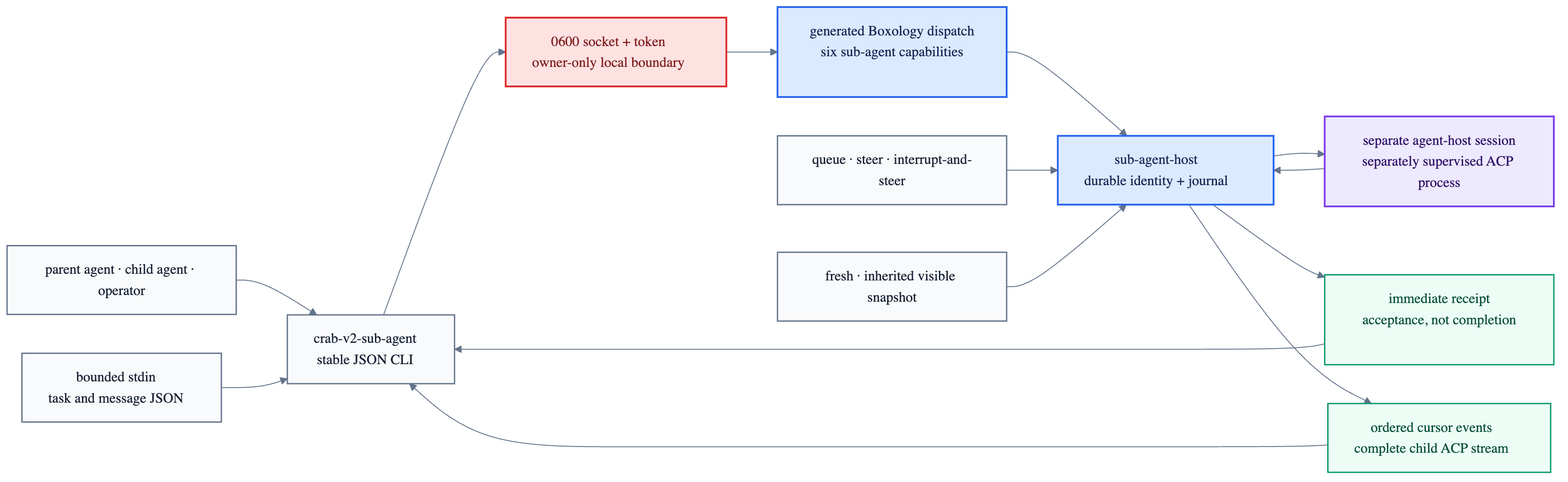
This is v2/docs/sub-agent-control-flow.png from fontanierh/crab, a Mermaid export, as it was before one commit. Its source is kept beside it as v2/docs/sub-agent-control-flow.mmd.
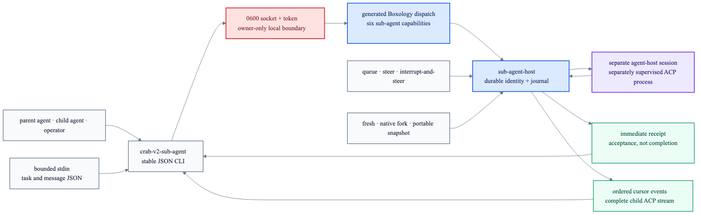
After the commit.

The edit, as a diff of the source:
```diff
@@ -17,7 +17,7 @@
     HOST --> EVENTS --> CLI
 
     MODES["queue · steer · interrupt-and-steer"]
-    CONTEXT["fresh · inherited visible snapshot"]
+    CONTEXT["fresh · native fork · portable snapshot"]
     MODES --> HOST
     CONTEXT --> HOST
 
```
